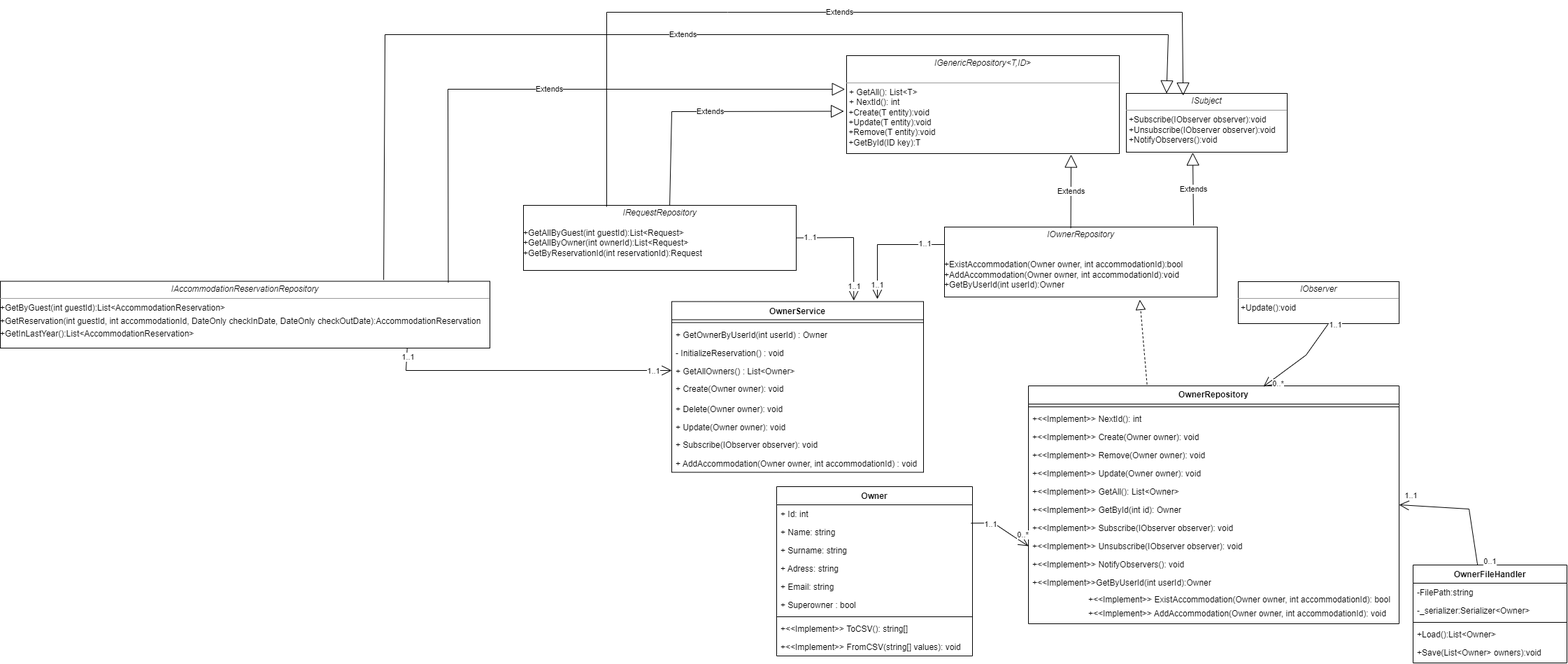
Earlier version of the draw.io export ProjectSims/ClassDiagram/Owner/OwnerFHRS.png (jblanusa13/SimsProjekat). Source tidied: cells renumbered, new cells last; positions are measured from the earlier drawing's top-left corner, leaving out a move shared by most shapes.
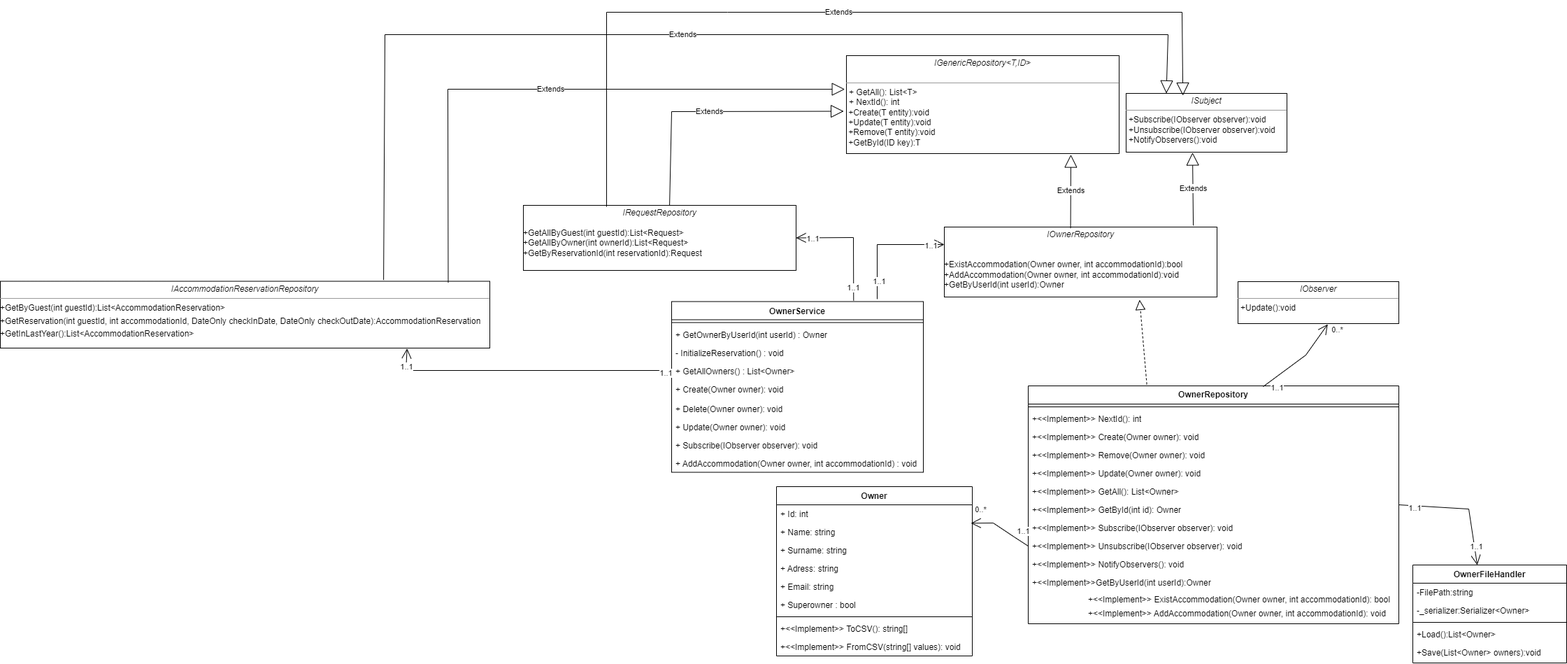
After the commit.

What changed in the source:
```diff
@@ -37,7 +37,7 @@
     <mxCell id="8" value="&lt;p style=&quot;margin:0px;margin-top:4px;text-align:center;&quot;&gt;&lt;i&gt;IRequestRepository&lt;/i&gt;&lt;br&gt;&lt;/p&gt;&lt;p style=&quot;margin:0px;margin-left:4px;&quot;&gt;&lt;br&gt;&lt;/p&gt;&lt;div&gt;+GetAllByGuest(int guestId):List&amp;lt;Request&amp;gt;&lt;/div&gt;&lt;div&gt;+GetAllByOwner(int ownerId):List&amp;lt;Request&amp;gt;&lt;/div&gt;&lt;div&gt;+GetByReservationId(int reservationId):Request&lt;/div&gt;&lt;p style=&quot;margin:0px;margin-left:4px;&quot;&gt;&lt;/p&gt;" style="verticalAlign=top;align=left;overflow=fill;fontSize=12;fontFamily=Helvetica;html=1;whiteSpace=wrap;" parent="1" vertex="1">
       <mxGeometry x="748" y="276" width="390" height="93" as="geometry" />
     </mxCell>
-    <mxCell id="9" style="endArrow=open;endFill=1;endSize=12;html=1;rounded=0;exitX=1;exitY=0.5;exitDx=0;exitDy=0;entryX=0.723;entryY=-0.006;entryDx=0;entryDy=0;entryPerimeter=0;" parent="1" edge="1" source="8" target="12">
+    <mxCell id="9" style="endArrow=open;endFill=1;endSize=12;html=1;rounded=0;exitX=0.723;exitY=-0.006;exitDx=0;exitDy=0;entryX=1;entryY=0.5;entryDx=0;entryDy=0;exitPerimeter=0;" parent="1" edge="1" source="12" target="8">
       <mxGeometry relative="1" as="geometry">
         <Array as="points">
           <mxPoint x="1220" y="322" />
@@ -85,9 +85,9 @@
     <mxCell id="22" value="&lt;p style=&quot;margin:0px;margin-top:4px;text-align:center;&quot;&gt;&lt;i&gt;IOwnerRepository&lt;/i&gt;&lt;/p&gt;&lt;p style=&quot;margin:0px;margin-left:4px;&quot;&gt;&lt;br&gt;&lt;/p&gt;&lt;p style=&quot;margin:0px;margin-left:4px;&quot;&gt;&lt;/p&gt;&lt;br&gt;&lt;div&gt;+ExistAccommodation(Owner owner, int accommodationId):bool&lt;/div&gt;&lt;div&gt;+AddAccommodation(Owner owner, int accommodationId):void&lt;/div&gt;&lt;div&gt;+GetByUserId(int userId):Owner&lt;/div&gt;&lt;br&gt;&lt;p style=&quot;margin:0px;margin-left:4px;&quot;&gt;&lt;/p&gt;" style="verticalAlign=top;align=left;overflow=fill;fontSize=12;fontFamily=Helvetica;html=1;whiteSpace=wrap;" parent="1" vertex="1">
       <mxGeometry x="1350" y="307" width="390" height="100" as="geometry" />
     </mxCell>
-    <mxCell id="23" style="endArrow=open;endFill=1;endSize=12;html=1;rounded=0;exitX=0;exitY=0.25;exitDx=0;exitDy=0;" parent="1" edge="1" source="22">
+    <mxCell id="23" style="endArrow=open;endFill=1;endSize=12;html=1;rounded=0;exitX=0;exitY=0.25;exitDx=0;exitDy=0;entryX=0;entryY=0.25;entryDx=0;entryDy=0;" parent="1" edge="1" target="22">
       <mxGeometry relative="1" as="geometry">
-        <mxPoint x="1254" y="410" as="targetPoint" />
+        <mxPoint x="1254" y="410" as="sourcePoint" />
         <Array as="points">
           <mxPoint x="1254" y="332" />
         </Array>
@@ -109,9 +109,9 @@
     <mxCell id="27" value="Extends" style="endArrow=block;endSize=16;endFill=0;html=1;rounded=0;entryX=0.823;entryY=1.011;entryDx=0;entryDy=0;entryPerimeter=0;exitX=0.463;exitY=0.017;exitDx=0;exitDy=0;exitPerimeter=0;" parent="1" edge="1" source="22" target="5">
       <mxGeometry relative="1" as="geometry" />
     </mxCell>
-    <mxCell id="28" style="endArrow=open;endFill=1;endSize=12;html=1;rounded=0;exitX=0.831;exitY=1.006;exitDx=0;exitDy=0;exitPerimeter=0;" parent="1" edge="1" source="2">
+    <mxCell id="28" style="endArrow=open;endFill=1;endSize=12;html=1;rounded=0;exitX=0.831;exitY=1.006;exitDx=0;exitDy=0;exitPerimeter=0;entryX=0.831;entryY=1.006;entryDx=0;entryDy=0;entryPerimeter=0;" parent="1" edge="1" target="2">
       <mxGeometry relative="1" as="geometry">
-        <mxPoint x="960" y="512" as="targetPoint" />
+        <mxPoint x="960" y="512" as="sourcePoint" />
         <Array as="points">
           <mxPoint x="580" y="512" />
         </Array>
@@ -197,7 +197,7 @@
     <mxCell id="51" value="+Save(List&amp;lt;Owner&amp;gt; owners):void" style="text;strokeColor=none;fillColor=none;align=left;verticalAlign=top;spacingLeft=4;spacingRight=4;overflow=hidden;whiteSpace=wrap;html=1;" parent="46" vertex="1">
       <mxGeometry y="112" width="220" height="26" as="geometry" />
     </mxCell>
-    <mxCell id="52" style="endArrow=open;endFill=1;endSize=12;html=1;rounded=0;entryX=1;entryY=0.5;entryDx=0;entryDy=0;exitX=0.419;exitY=0.001;exitDx=0;exitDy=0;exitPerimeter=0;" parent="1" edge="1" source="46" target="34">
+    <mxCell id="52" style="endArrow=open;endFill=1;endSize=12;html=1;rounded=0;entryX=0.419;entryY=0.001;entryDx=0;entryDy=0;exitX=1;exitY=0.5;exitDx=0;exitDy=0;entryPerimeter=0;" parent="1" edge="1" source="34" target="46">
       <mxGeometry relative="1" as="geometry">
         <Array as="points">
           <mxPoint x="2100" y="710" />
@@ -209,12 +209,12 @@
         <mxPoint y="-14" as="offset" />
       </mxGeometry>
     </mxCell>
-    <mxCell id="54" value="0..1" style="edgeLabel;html=1;align=center;verticalAlign=middle;" parent="52" vertex="1">
+    <mxCell id="54" value="1..1" style="edgeLabel;html=1;align=center;verticalAlign=middle;" parent="52" vertex="1">
       <mxGeometry x="-0.87" y="-2" relative="1" as="geometry">
-        <mxPoint x="17" y="7" as="offset" />
+        <mxPoint x="8" y="1" as="offset" />
       </mxGeometry>
     </mxCell>
-    <mxCell id="55" style="endArrow=open;endFill=1;endSize=12;html=1;rounded=0;entryX=0.634;entryY=0.003;entryDx=0;entryDy=0;entryPerimeter=0;exitX=0.558;exitY=1.016;exitDx=0;exitDy=0;exitPerimeter=0;" parent="1" edge="1" source="33" target="34">
+    <mxCell id="55" style="endArrow=open;endFill=1;endSize=12;html=1;rounded=0;entryX=0.558;entryY=1.016;entryDx=0;entryDy=0;entryPerimeter=0;exitX=0.634;exitY=0.003;exitDx=0;exitDy=0;exitPerimeter=0;" parent="1" edge="1" source="34" target="33">
       <mxGeometry relative="1" as="geometry">
         <Array as="points">
           <mxPoint x="1867" y="490" />
@@ -261,32 +261,32 @@
     <mxCell id="67" value="+&amp;lt;&amp;lt;Implement&amp;gt;&amp;gt;&amp;nbsp;FromCSV(string[] values): void" style="text;strokeColor=none;fillColor=none;align=left;verticalAlign=top;spacingLeft=4;spacingRight=4;overflow=hidden;whiteSpace=wrap;html=1;" parent="58" vertex="1">
       <mxGeometry y="216" width="280" height="26" as="geometry" />
     </mxCell>
+    <mxCell id="71" style="endArrow=block;dashed=1;endFill=0;endSize=12;html=1;rounded=0;exitX=0.32;exitY=-0.006;exitDx=0;exitDy=0;exitPerimeter=0;entryX=0.716;entryY=1.04;entryDx=0;entryDy=0;entryPerimeter=0;" parent="1" edge="1" source="34" target="22">
+      <mxGeometry relative="1" as="geometry" />
+    </mxCell>
+    <mxCell id="72" value="+&amp;lt;&amp;lt;Implement&amp;gt;&amp;gt; ExistAccommodation(Owner owner, int accommodationId): bool" style="text;strokeColor=none;fillColor=none;align=left;verticalAlign=top;spacingLeft=4;spacingRight=4;overflow=hidden;whiteSpace=wrap;html=1;labelBackgroundColor=none;" parent="1" vertex="1">
+      <mxGeometry x="1550" y="826" width="490" height="26" as="geometry" />
+    </mxCell>
+    <mxCell id="73" value="+&amp;lt;&amp;lt;Implement&amp;gt;&amp;gt; AddAccommodation(Owner owner, int accommodationId): void" style="text;strokeColor=none;fillColor=none;align=left;verticalAlign=top;spacingLeft=4;spacingRight=4;overflow=hidden;whiteSpace=wrap;html=1;labelBackgroundColor=none;" parent="1" vertex="1">
+      <mxGeometry x="1550" y="846" width="480" height="26" as="geometry" />
+    </mxCell>
-    <mxCell id="68" style="endArrow=open;endFill=1;endSize=12;html=1;rounded=0;exitX=0.993;exitY=0.011;exitDx=0;exitDy=0;exitPerimeter=0;entryX=0;entryY=0.5;entryDx=0;entryDy=0;" parent="1" edge="1" source="60" target="43">
+    <mxCell id="68" style="endArrow=open;endFill=1;endSize=12;html=1;rounded=0;exitX=0;exitY=0.5;exitDx=0;exitDy=0;entryX=0.993;entryY=0.011;entryDx=0;entryDy=0;entryPerimeter=0;" parent="1" edge="1" source="43" target="60">
       <mxGeometry relative="1" as="geometry">
         <Array as="points">
+          <mxPoint x="1450" y="750" />
           <mxPoint x="1420" y="730" />
-          <mxPoint x="1450" y="750" />
         </Array>
       </mxGeometry>
     </mxCell>
-    <mxCell id="69" value="0..*" style="edgeLabel;html=1;align=center;verticalAlign=middle;" parent="68" vertex="1">
+    <mxCell id="69" value="1..1" style="edgeLabel;html=1;align=center;verticalAlign=middle;" parent="68" vertex="1">
       <mxGeometry x="0.76" relative="1" as="geometry">
-        <mxPoint y="-11" as="offset" />
+        <mxPoint x="61" y="10" as="offset" />
       </mxGeometry>
     </mxCell>
-    <mxCell id="70" value="1..1" style="edgeLabel;html=1;align=center;verticalAlign=middle;" parent="68" vertex="1">
+    <mxCell id="70" value="0..*" style="edgeLabel;html=1;align=center;verticalAlign=middle;" parent="68" vertex="1">
       <mxGeometry x="-0.87" y="1" relative="1" as="geometry">
-        <mxPoint x="21" y="2" as="offset" />
+        <mxPoint x="-64" y="-51" as="offset" />
       </mxGeometry>
     </mxCell>
-    <mxCell id="71" style="endArrow=block;dashed=1;endFill=0;endSize=12;html=1;rounded=0;exitX=0.32;exitY=-0.006;exitDx=0;exitDy=0;exitPerimeter=0;entryX=0.716;entryY=1.04;entryDx=0;entryDy=0;entryPerimeter=0;" parent="1" edge="1" source="34" target="22">
-      <mxGeometry relative="1" as="geometry" />
-    </mxCell>
-    <mxCell id="72" value="+&amp;lt;&amp;lt;Implement&amp;gt;&amp;gt; ExistAccommodation(Owner owner, int accommodationId): bool" style="text;strokeColor=none;fillColor=none;align=left;verticalAlign=top;spacingLeft=4;spacingRight=4;overflow=hidden;whiteSpace=wrap;html=1;labelBackgroundColor=none;" parent="1" vertex="1">
-      <mxGeometry x="1550" y="826" width="490" height="26" as="geometry" />
-    </mxCell>
-    <mxCell id="73" value="+&amp;lt;&amp;lt;Implement&amp;gt;&amp;gt; AddAccommodation(Owner owner, int accommodationId): void" style="text;strokeColor=none;fillColor=none;align=left;verticalAlign=top;spacingLeft=4;spacingRight=4;overflow=hidden;whiteSpace=wrap;html=1;labelBackgroundColor=none;" parent="1" vertex="1">
-      <mxGeometry x="1550" y="846" width="480" height="26" as="geometry" />
-    </mxCell>
   </root>
 </mxGraphModel>
```
